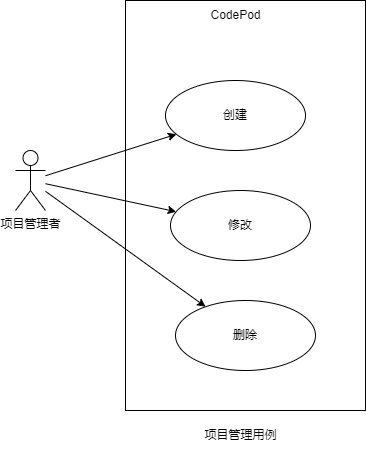
Before: business/_media/use_case/项目管理.png, a diagram exported from draw.io (codepodspace/docs). Source tidied: cells renumbered, new cells last; positions are measured from the earlier drawing's top-left corner, leaving out a move shared by most shapes.
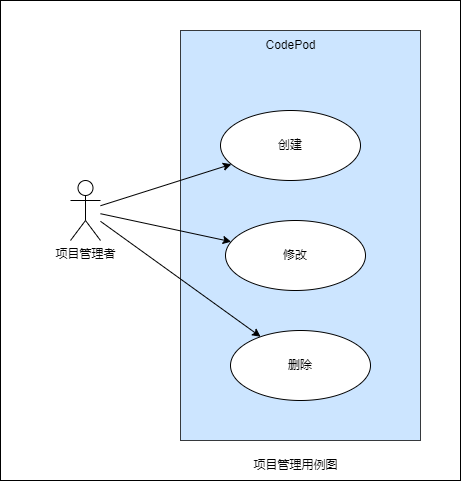
The same diagram one commit later.

What changed in the source:
```diff
@@ -2,7 +2,10 @@
   <root>
     <mxCell id="0" />
     <mxCell id="1" parent="0" />
+    <mxCell id="12" style="rounded=0;whiteSpace=wrap;html=1;" parent="1" vertex="1">
+      <mxGeometry x="-70" y="-30" width="460" height="480" as="geometry" />
+    </mxCell>
-    <mxCell id="2" style="rounded=0;whiteSpace=wrap;html=1;" parent="1" vertex="1">
+    <mxCell id="2" style="rounded=0;whiteSpace=wrap;html=1;fillColor=#cce5ff;strokeColor=#36393d;" parent="1" vertex="1">
       <mxGeometry x="110" width="240" height="410" as="geometry" />
     </mxCell>
     <mxCell id="3" style="edgeStyle=none;html=1;" parent="1" edge="1" source="4" target="11">
@@ -26,8 +29,8 @@
     <mxCell id="9" style="edgeStyle=none;html=1;" parent="1" edge="1" source="4" target="7">
       <mxGeometry relative="1" as="geometry" />
     </mxCell>
-    <mxCell id="10" value="项目管理用例" style="text;html=1;align=center;verticalAlign=middle;strokeColor=none;fillColor=none;" parent="1" vertex="1">
-      <mxGeometry x="175" y="420" width="100" height="30" as="geometry" />
+    <mxCell id="10" value="项目管理用例图" style="text;html=1;align=center;verticalAlign=middle;strokeColor=none;fillColor=none;" parent="1" vertex="1">
+      <mxGeometry x="170" y="420" width="110" height="30" as="geometry" />
     </mxCell>
     <mxCell id="11" value="修改" style="ellipse;whiteSpace=wrap;html=1;" parent="1" vertex="1">
       <mxGeometry x="155" y="190" width="140" height="70" as="geometry" />
```
